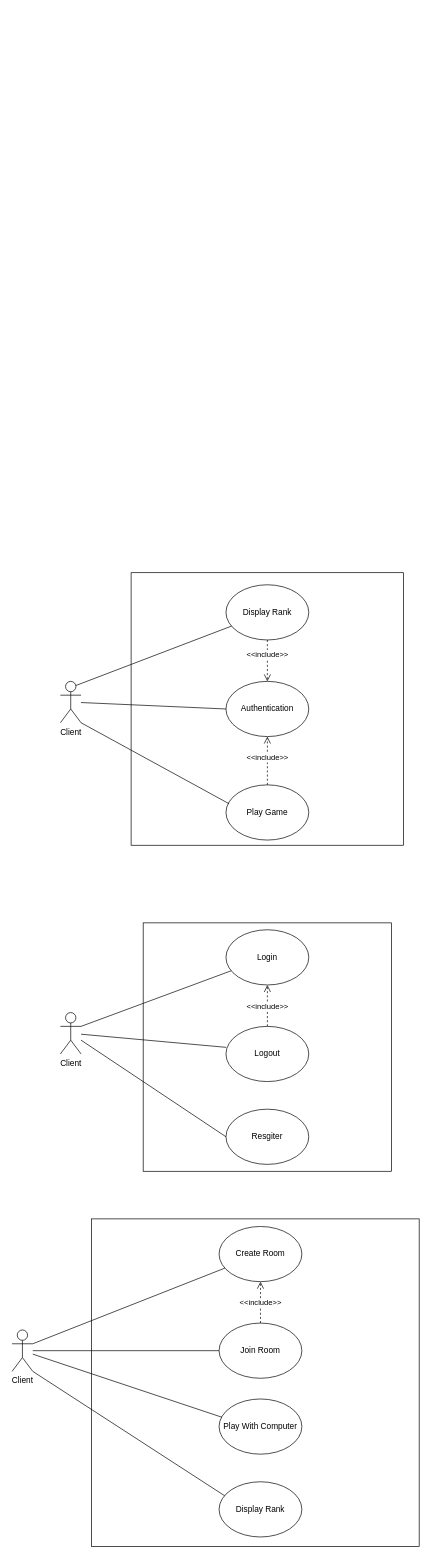
This is report/usecase.drawio from evmosss/Qt-DuoiHinhBatChu, a draw.io file, before an edit. Source tidied: cells renumbered, new cells numbered last; positions are measured from the earlier drawing's top-left corner, leaving out a move shared by most shapes. Both pictures are drawn from the tidied source at 69%, with x=0, y=0 at pixel (12, 572).
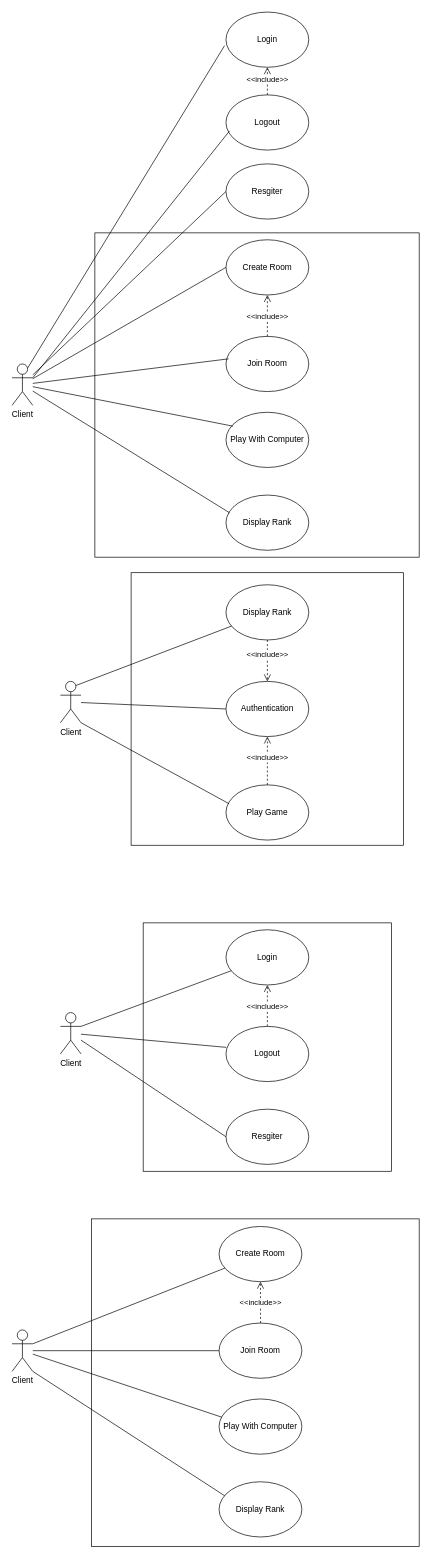
The same page after the edit.

Change to the diagram source:
```diff
@@
+    <mxCell id="32" style="whiteSpace=wrap;html=1;" parent="1" vertex="1">
+      <mxGeometry x="120" y="-492" width="470" height="470" as="geometry" />
+    </mxCell>
+    <mxCell id="33" value="Client" style="shape=umlActor;verticalLabelPosition=bottom;verticalAlign=top;html=1;outlineConnect=0;" parent="1" vertex="1">
+      <mxGeometry y="-302" width="30" height="60" as="geometry" />
+    </mxCell>
+    <mxCell id="34" value="Resgiter" style="ellipse;whiteSpace=wrap;html=1;" parent="1" vertex="1">
+      <mxGeometry x="310" y="-592" width="120" height="80" as="geometry" />
+    </mxCell>
+    <mxCell id="35" value="Login" style="ellipse;whiteSpace=wrap;html=1;" parent="1" vertex="1">
+      <mxGeometry x="310" y="-812" width="120" height="80" as="geometry" />
+    </mxCell>
+    <mxCell id="36" value="Logout" style="ellipse;whiteSpace=wrap;html=1;" parent="1" vertex="1">
+      <mxGeometry x="310" y="-692" width="120" height="80" as="geometry" />
+    </mxCell>
+    <mxCell id="37" value="&amp;lt;&amp;lt;include&amp;gt;&amp;gt;" style="html=1;verticalAlign=bottom;endArrow=open;dashed=1;endSize=8;rounded=0;entryX=0.5;entryY=1;entryDx=0;entryDy=0;" parent="1" edge="1" source="36" target="35">
+      <mxGeometry x="-0.33" relative="1" as="geometry" />
+    </mxCell>
+    <mxCell id="38" style="endArrow=none;html=1;rounded=0;entryX=-0.017;entryY=0.608;entryDx=0;entryDy=0;entryPerimeter=0;exitX=0.75;exitY=0.1;exitDx=0;exitDy=0;exitPerimeter=0;" parent="1" edge="1" source="33" target="35">
+      <mxGeometry relative="1" as="geometry" />
+    </mxCell>
+    <mxCell id="39" style="endArrow=none;html=1;rounded=0;entryX=0.043;entryY=0.653;entryDx=0;entryDy=0;entryPerimeter=0;exitX=1;exitY=0.3333333333333333;exitDx=0;exitDy=0;exitPerimeter=0;" parent="1" edge="1" source="33" target="36">
+      <mxGeometry relative="1" as="geometry" />
+    </mxCell>
+    <mxCell id="40" style="endArrow=none;html=1;rounded=0;entryX=0;entryY=0.5;entryDx=0;entryDy=0;" parent="1" edge="1" source="33" target="34">
+      <mxGeometry relative="1" as="geometry" />
+    </mxCell>
+    <mxCell id="41" value="Join Room" style="ellipse;whiteSpace=wrap;html=1;" parent="1" vertex="1">
+      <mxGeometry x="310" y="-342" width="120" height="80" as="geometry" />
+    </mxCell>
+    <mxCell id="42" value="Create Room" style="ellipse;whiteSpace=wrap;html=1;" parent="1" vertex="1">
+      <mxGeometry x="310" y="-482" width="120" height="80" as="geometry" />
+    </mxCell>
+    <mxCell id="43" value="Play With Computer" style="ellipse;whiteSpace=wrap;html=1;" parent="1" vertex="1">
+      <mxGeometry x="310" y="-232" width="120" height="80" as="geometry" />
+    </mxCell>
+    <mxCell id="44" value="&amp;lt;&amp;lt;include&amp;gt;&amp;gt;" style="html=1;verticalAlign=bottom;endArrow=open;dashed=1;endSize=8;rounded=0;entryX=0.5;entryY=1;entryDx=0;entryDy=0;exitX=0.5;exitY=0;exitDx=0;exitDy=0;" parent="1" edge="1" source="41" target="42">
+      <mxGeometry x="-0.33" relative="1" as="geometry" />
+    </mxCell>
+    <mxCell id="45" value="Display Rank" style="ellipse;whiteSpace=wrap;html=1;" parent="1" vertex="1">
+      <mxGeometry x="310" y="-112" width="120" height="80" as="geometry" />
+    </mxCell>
+    <mxCell id="46" style="endArrow=none;html=1;rounded=0;exitX=0;exitY=0.5;exitDx=0;exitDy=0;" parent="1" edge="1" source="42" target="33">
+      <mxGeometry relative="1" as="geometry" />
+    </mxCell>
+    <mxCell id="47" style="endArrow=none;html=1;rounded=0;exitX=0.032;exitY=0.407;exitDx=0;exitDy=0;exitPerimeter=0;" parent="1" edge="1" source="41" target="33">
+      <mxGeometry relative="1" as="geometry" />
+    </mxCell>
+    <mxCell id="48" style="endArrow=none;html=1;rounded=0;exitX=0.085;exitY=0.252;exitDx=0;exitDy=0;exitPerimeter=0;" parent="1" edge="1" source="43" target="33">
+      <mxGeometry relative="1" as="geometry" />
+    </mxCell>
+    <mxCell id="49" style="endArrow=none;html=1;rounded=0;exitX=0.045;exitY=0.322;exitDx=0;exitDy=0;exitPerimeter=0;" parent="1" edge="1" source="45" target="33">
+      <mxGeometry relative="1" as="geometry" />
+    </mxCell>
```
